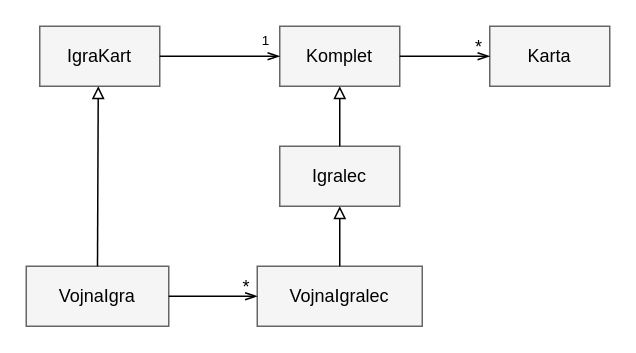
Above: book2/2404/img/vojna.drawio in anzeljg/rin2 (draw.io), before the change. Source tidied: cells renumbered, new cells numbered last; positions are measured from the earlier drawing's top-left corner, leaving out a move shared by most shapes. Both pictures are drawn from the tidied source at 150%, with x=0, y=0 at pixel (26, 26).
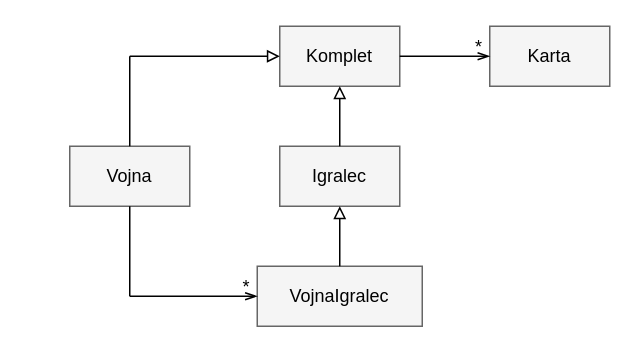
Above is the later version.

What changed in the source:
```diff
@@
-    <mxCell id="2" style="group;" parent="1" vertex="1">
-      <mxGeometry width="389" height="200" as="geometry" />
-    </mxCell>
+    <mxCell id="25" style="group;" parent="1" vertex="1">
+      <mxGeometry x="29" width="360" height="200" as="geometry" />
+    </mxCell>
-    <mxCell id="3" style="group;" parent="2" vertex="1">
-      <mxGeometry x="169" width="220" height="120" as="geometry" />
+    <mxCell id="3" style="group;" parent="25" vertex="1">
+      <mxGeometry x="140" width="220" height="120" as="geometry" />
     </mxCell>
@@
-    <mxCell id="13" style="whiteSpace=wrap;html=1;fillColor=#f5f5f5;strokeColor=#666666;" parent="2" vertex="1">
-      <mxGeometry x="9" width="80" height="40" as="geometry" />
-    </mxCell>
-    <mxCell id="14" value="IgraKart" style="text;html=1;strokeColor=none;fillColor=none;align=center;verticalAlign=middle;whiteSpace=wrap;" parent="2" vertex="1">
-      <mxGeometry x="19" y="10" width="60" height="20" as="geometry" />
-    </mxCell>
-    <mxCell id="15" style="endArrow=openThin;html=1;entryX=0;entryY=0.5;exitX=1;exitY=0.5;endFill=0;" parent="2" edge="1" source="13">
+    <mxCell id="15" style="endArrow=block;html=1;entryX=0;entryY=0.5;endFill=0;" parent="25" edge="1">
       <mxGeometry relative="1" as="geometry">
-        <mxPoint x="169" y="20" as="targetPoint" />
+        <mxPoint x="40" y="20" as="sourcePoint" />
+        <mxPoint x="140" y="20" as="targetPoint" />
       </mxGeometry>
     </mxCell>
-    <mxCell id="16" value="1" style="text;html=1;strokeColor=none;fillColor=none;align=center;verticalAlign=middle;whiteSpace=wrap;fontSize=9;" parent="2" vertex="1">
-      <mxGeometry x="140" width="40" height="20" as="geometry" />
-    </mxCell>
-    <mxCell id="17" style="whiteSpace=wrap;html=1;fillColor=#f5f5f5;strokeColor=#666666;" parent="2" vertex="1">
-      <mxGeometry x="154" y="160" width="110" height="40" as="geometry" />
+    <mxCell id="17" style="whiteSpace=wrap;html=1;fillColor=#f5f5f5;strokeColor=#666666;" parent="25" vertex="1">
+      <mxGeometry x="125" y="160" width="110" height="40" as="geometry" />
     </mxCell>
-    <mxCell id="18" value="VojnaIgralec" style="text;html=1;strokeColor=none;fillColor=none;align=center;verticalAlign=middle;whiteSpace=wrap;" parent="2" vertex="1">
-      <mxGeometry x="154" y="170" width="110" height="20" as="geometry" />
+    <mxCell id="18" value="VojnaIgralec" style="text;html=1;strokeColor=none;fillColor=none;align=center;verticalAlign=middle;whiteSpace=wrap;" parent="25" vertex="1">
+      <mxGeometry x="125" y="170" width="110" height="20" as="geometry" />
     </mxCell>
-    <mxCell id="19" style="endArrow=block;html=1;entryX=0.5;entryY=1;exitX=0.5;exitY=0;endFill=0;strokeWidth=1;" parent="2" edge="1" source="17">
+    <mxCell id="19" style="endArrow=block;html=1;entryX=0.5;entryY=1;exitX=0.5;exitY=0;endFill=0;strokeWidth=1;" parent="25" edge="1" source="17">
       <mxGeometry relative="1" as="geometry">
-        <mxPoint x="209" y="120" as="targetPoint" />
+        <mxPoint x="180" y="120" as="targetPoint" />
       </mxGeometry>
     </mxCell>
-    <mxCell id="20" style="whiteSpace=wrap;html=1;fillColor=#f5f5f5;strokeColor=#666666;" parent="2" vertex="1">
-      <mxGeometry y="160" width="95" height="40" as="geometry" />
+    <mxCell id="20" style="whiteSpace=wrap;html=1;fillColor=#f5f5f5;strokeColor=#666666;" parent="25" vertex="1">
+      <mxGeometry y="80" width="80" height="40" as="geometry" />
     </mxCell>
-    <mxCell id="21" value="VojnaIgra" style="text;html=1;strokeColor=none;fillColor=none;align=center;verticalAlign=middle;whiteSpace=wrap;" parent="2" vertex="1">
-      <mxGeometry y="170" width="95" height="20" as="geometry" />
+    <mxCell id="21" value="Vojna" style="text;html=1;strokeColor=none;fillColor=none;align=center;verticalAlign=middle;whiteSpace=wrap;" parent="25" vertex="1">
+      <mxGeometry y="90" width="80" height="20" as="geometry" />
     </mxCell>
-    <mxCell id="22" style="endArrow=openThin;html=1;exitX=1;exitY=0.5;endFill=0;entryX=0;entryY=0.5;" parent="2" edge="1" source="20" target="18">
-      <mxGeometry relative="1" as="geometry" />
+    <mxCell id="22" style="endArrow=openThin;html=1;endFill=0;entryX=0;entryY=0.5;" parent="25" edge="1" target="18">
+      <mxGeometry relative="1" as="geometry">
+        <mxPoint x="40" y="180" as="sourcePoint" />
+      </mxGeometry>
     </mxCell>
-    <mxCell id="23" value="*" style="text;html=1;strokeColor=none;fillColor=none;align=center;verticalAlign=middle;whiteSpace=wrap;" parent="2" vertex="1">
-      <mxGeometry x="127" y="164" width="40" height="20" as="geometry" />
+    <mxCell id="23" value="*" style="text;html=1;strokeColor=none;fillColor=none;align=center;verticalAlign=middle;whiteSpace=wrap;" parent="25" vertex="1">
+      <mxGeometry x="98" y="164" width="40" height="20" as="geometry" />
     </mxCell>
-    <mxCell id="24" style="endArrow=block;html=1;strokeWidth=1;fontSize=9;fontColor=#000000;exitX=0.5;exitY=0;endFill=0;" parent="2" edge="1" source="20">
-      <mxGeometry relative="1" as="geometry">
-        <mxPoint x="48" y="40" as="targetPoint" />
-      </mxGeometry>
-    </mxCell>
+    <mxCell id="26" style="endArrow=none;html=1;rounded=0;" parent="25" edge="1">
+      <mxGeometry relative="1" as="geometry">
+        <mxPoint x="40" y="80" as="sourcePoint" />
+        <mxPoint x="40" y="20" as="targetPoint" />
+      </mxGeometry>
+    </mxCell>
+    <mxCell id="27" style="endArrow=none;html=1;rounded=0;" parent="25" edge="1">
+      <mxGeometry relative="1" as="geometry">
+        <mxPoint x="40" y="120" as="sourcePoint" />
+        <mxPoint x="40" y="180" as="targetPoint" />
+      </mxGeometry>
+    </mxCell>
```
